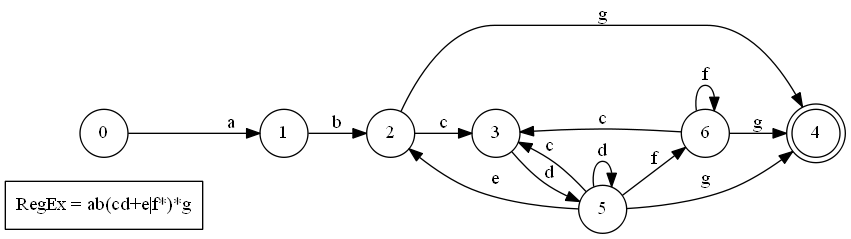
RonxBulld/Reg2FA keeps this Graphviz diagram as Reg2FA/t.png. Above is the earlier version. Its source is kept beside it as Reg2FA/t.gv.
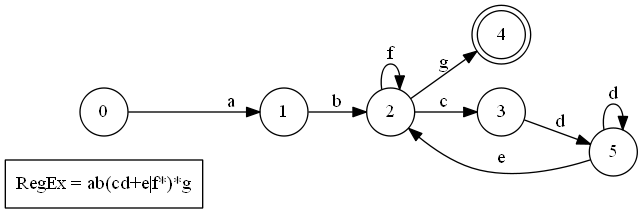
Above is the later version.

Change to the diagram source:
```diff
@@ -7,14 +7,9 @@
 	0->1[label="a"];
 	1->2[label="b"];
 	2->3[label="c"];
+	2->2[label="f"];
 	2->4[label="g"];
 	3->5[label="d"];
-	5->3[label="c"];
 	5->5[label="d"];
 	5->2[label="e"];
-	5->6[label="f"];
-	5->4[label="g"];
-	6->3[label="c"];
-	6->6[label="f"];
-	6->4[label="g"];
 }
```
